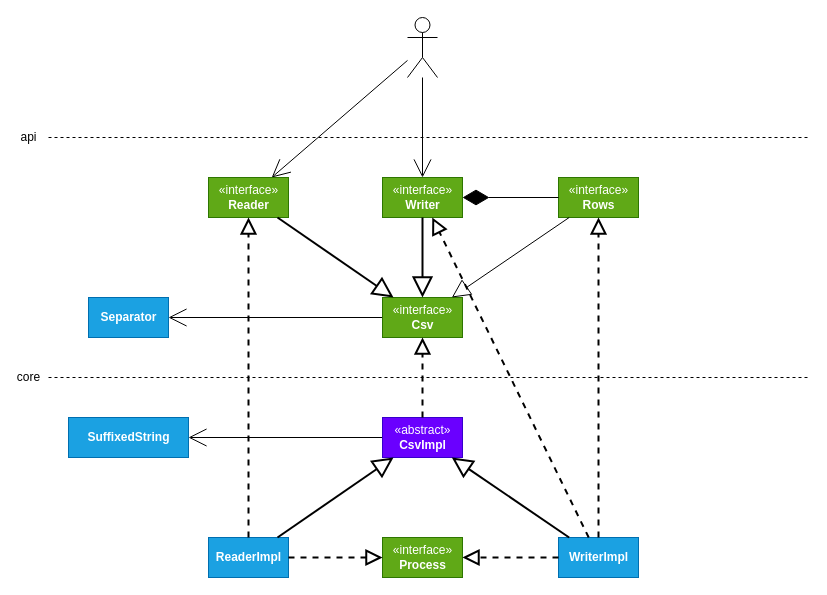
Before: docs/type-system.drawio in kotools/types, a draw.io diagram. Source tidied: cells renumbered, new cells numbered last; positions are measured from the earlier drawing's top-left corner, leaving out a move shared by most shapes. Both pictures are drawn from the tidied source at 100%, with x=0, y=0 at pixel (48, 17).
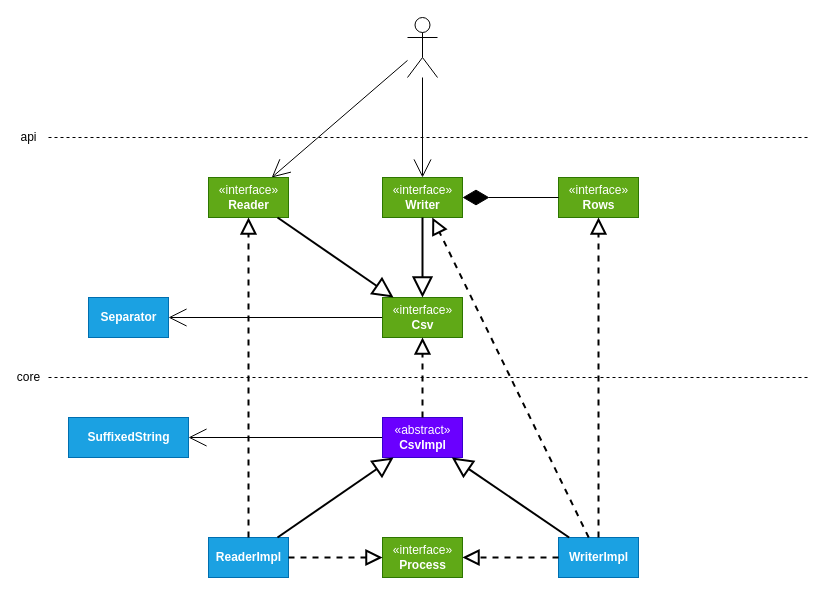
After the change.

Commit message:
docs: update type system docs

Unchanged cells that the change refers to:
```xml
<mxCell id="8" value="«interface»&lt;br&gt;&lt;b&gt;Csv&lt;/b&gt;" style="html=1;fillColor=#60a917;fontColor=#ffffff;strokeColor=#2D7600;" parent="1" vertex="1">
  <mxGeometry x="334" y="280" width="80" height="40" as="geometry" />
</mxCell>
<mxCell id="21" value="«interface»&lt;br&gt;&lt;b&gt;Rows&lt;/b&gt;" style="html=1;fillColor=#60a917;fontColor=#ffffff;strokeColor=#2D7600;" parent="1" vertex="1">
  <mxGeometry x="510" y="160" width="80" height="40" as="geometry" />
</mxCell>
```

What changed in the source:
```diff
@@
-    <mxCell id="23" style="endArrow=block;endSize=16;endFill=0;html=1;rounded=0;fontSize=12;strokeWidth=1;" parent="1" edge="1" source="21" target="8">
-      <mxGeometry relative="1" as="geometry" />
-    </mxCell>
```
